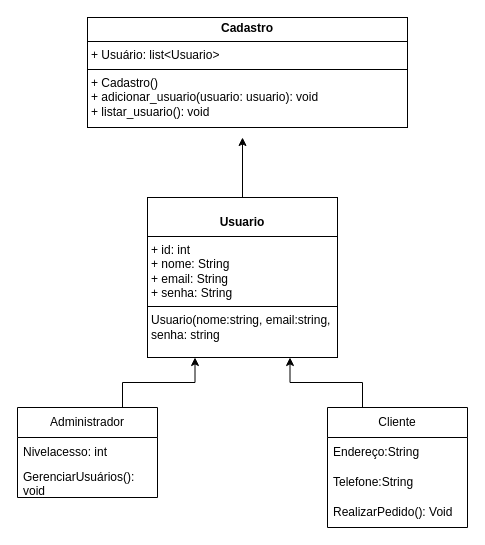
Before: page "Página-7" (7 of 7) of Diagrama sem nome.drawio in Anthony-zzz/diagramasderequisitos, a draw.io diagram. Source tidied: cells renumbered, new cells numbered last; positions are measured from the earlier drawing's top-left corner, leaving out a move shared by most shapes. Both pictures are drawn from the tidied source at 100%, with x=0, y=0 at pixel (17, 17).
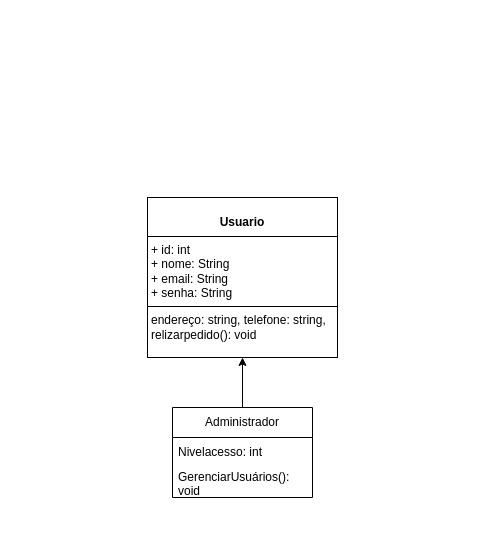
The same page after the edit.

What changed in the source:
```diff
@@
 <mxGraphModel>
   <root>
     <mxCell id="0" />
     <mxCell id="1" parent="0" />
-    <mxCell id="2" style="edgeStyle=orthogonalEdgeStyle;rounded=0;jettySize=auto;html=1;exitX=0.5;exitY=0;exitDx=0;exitDy=0;" parent="1" edge="1" source="3">
-      <mxGeometry relative="1" as="geometry">
-        <mxPoint x="225" y="120" as="targetPoint" />
-      </mxGeometry>
-    </mxCell>
-    <mxCell id="3" value="&lt;p style=&quot;margin:0px;margin-top:4px;text-align:center;&quot;&gt;&lt;br&gt;&lt;b&gt;Usuario&lt;/b&gt;&lt;/p&gt;&lt;hr size=&quot;1&quot; style=&quot;border-style:solid;&quot;&gt;&lt;p style=&quot;margin:0px;margin-left:4px;&quot;&gt;+ id: int&lt;/p&gt;&lt;p style=&quot;margin:0px;margin-left:4px;&quot;&gt;+ nome: String&lt;br&gt;+ email: String&lt;/p&gt;&lt;p style=&quot;margin:0px;margin-left:4px;&quot;&gt;+ senha: String&lt;/p&gt;&lt;hr size=&quot;1&quot; style=&quot;border-style:solid;&quot;&gt;&lt;p style=&quot;margin:0px;margin-left:4px;&quot;&gt;Usuario(nome:string, email:string, senha: string&lt;/p&gt;" style="verticalAlign=top;align=left;overflow=fill;html=1;whiteSpace=wrap;spacingLeft=4;spacingRight=4;fontFamily=Helvetica;fontSize=12;fontColor=default;fillColor=none;gradientColor=none;" parent="1" vertex="1">
+    <mxCell id="3" value="&lt;p style=&quot;margin:0px;margin-top:4px;text-align:center;&quot;&gt;&lt;br&gt;&lt;b&gt;Usuario&lt;/b&gt;&lt;/p&gt;&lt;hr size=&quot;1&quot; style=&quot;border-style:solid;&quot;&gt;&lt;p style=&quot;margin:0px;margin-left:4px;&quot;&gt;+ id: int&lt;/p&gt;&lt;p style=&quot;margin:0px;margin-left:4px;&quot;&gt;+ nome: String&lt;br&gt;+ email: String&lt;/p&gt;&lt;p style=&quot;margin:0px;margin-left:4px;&quot;&gt;+ senha: String&lt;/p&gt;&lt;hr size=&quot;1&quot; style=&quot;border-style:solid;&quot;&gt;&lt;p style=&quot;margin:0px;margin-left:4px;&quot;&gt;endereço: string, telefone: string, relizarpedido(): void&lt;/p&gt;" style="verticalAlign=top;align=left;overflow=fill;html=1;whiteSpace=wrap;spacingLeft=4;spacingRight=4;fontFamily=Helvetica;fontSize=12;fontColor=default;fillColor=none;gradientColor=none;" parent="1" vertex="1">
       <mxGeometry x="130" y="180" width="190" height="160" as="geometry" />
     </mxCell>
-    <mxCell id="4" value="&lt;p style=&quot;margin:0px;margin-top:4px;text-align:center;&quot;&gt;&lt;b&gt;Cadastro&lt;/b&gt;&lt;/p&gt;&lt;hr size=&quot;1&quot; style=&quot;border-style:solid;&quot;&gt;&lt;p style=&quot;margin:0px;margin-left:4px;&quot;&gt;+ Usuário: list&amp;lt;Usuario&amp;gt;&lt;/p&gt;&lt;hr size=&quot;1&quot; style=&quot;border-style:solid;&quot;&gt;&lt;p style=&quot;margin:0px;margin-left:4px;&quot;&gt;+ Cadastro()&lt;/p&gt;&lt;p style=&quot;margin:0px;margin-left:4px;&quot;&gt;+ adicionar_usuario(usuario: usuario): void&lt;/p&gt;&lt;p style=&quot;margin:0px;margin-left:4px;&quot;&gt;+ listar_usuario(): void&lt;/p&gt;" style="verticalAlign=top;align=left;overflow=fill;html=1;whiteSpace=wrap;spacingLeft=4;spacingRight=4;fontFamily=Helvetica;fontSize=12;fontColor=default;fillColor=none;gradientColor=none;" parent="1" vertex="1">
-      <mxGeometry x="70" width="320" height="110" as="geometry" />
-    </mxCell>
-    <mxCell id="5" style="edgeStyle=orthogonalEdgeStyle;rounded=0;jettySize=auto;html=1;exitX=0.75;exitY=0;exitDx=0;exitDy=0;entryX=0.25;entryY=1;entryDx=0;entryDy=0;" parent="1" edge="1" source="6" target="3">
+    <mxCell id="5" style="edgeStyle=orthogonalEdgeStyle;rounded=0;jettySize=auto;html=1;exitX=0.5;exitY=0;exitDx=0;exitDy=0;entryX=0.5;entryY=1;entryDx=0;entryDy=0;" parent="1" edge="1" source="6" target="3">
       <mxGeometry relative="1" as="geometry" />
     </mxCell>
     <mxCell id="6" value="Administrador" style="swimlane;fontStyle=0;horizontal=1;startSize=30;whiteSpace=wrap;html=1;" parent="1" vertex="1">
-      <mxGeometry y="390" width="140" height="90" as="geometry" />
+      <mxGeometry x="155" y="390" width="140" height="90" as="geometry" />
     </mxCell>
     <mxCell id="7" value="Nivelacesso: int" style="text;strokeColor=none;fillColor=none;align=left;verticalAlign=middle;spacingLeft=4;spacingRight=4;overflow=hidden;whiteSpace=wrap;html=1;" parent="6" vertex="1">
       <mxGeometry y="30" width="140" height="30" as="geometry" />
     </mxCell>
     <mxCell id="8" value="GerenciarUsuários(): void" style="text;strokeColor=none;fillColor=none;align=left;verticalAlign=middle;spacingLeft=4;spacingRight=4;overflow=hidden;whiteSpace=wrap;html=1;" parent="6" vertex="1">
       <mxGeometry y="60" width="140" height="30" as="geometry" />
     </mxCell>
-    <mxCell id="9" style="edgeStyle=orthogonalEdgeStyle;rounded=0;jettySize=auto;html=1;exitX=0.25;exitY=0;exitDx=0;exitDy=0;entryX=0.75;entryY=1;entryDx=0;entryDy=0;" parent="1" edge="1" source="10" target="3">
-      <mxGeometry relative="1" as="geometry" />
-    </mxCell>
-    <mxCell id="10" value="Cliente" style="swimlane;fontStyle=0;horizontal=1;startSize=30;whiteSpace=wrap;html=1;" parent="1" vertex="1">
-      <mxGeometry x="310" y="390" width="140" height="120" as="geometry" />
-    </mxCell>
-    <mxCell id="11" value="Endereço:String" style="text;strokeColor=none;fillColor=none;align=left;verticalAlign=middle;spacingLeft=4;spacingRight=4;overflow=hidden;whiteSpace=wrap;html=1;" parent="10" vertex="1">
-      <mxGeometry y="30" width="140" height="30" as="geometry" />
-    </mxCell>
-    <mxCell id="12" value="Telefone:String" style="text;strokeColor=none;fillColor=none;align=left;verticalAlign=middle;spacingLeft=4;spacingRight=4;overflow=hidden;whiteSpace=wrap;html=1;" parent="10" vertex="1">
-      <mxGeometry y="60" width="140" height="30" as="geometry" />
-    </mxCell>
-    <mxCell id="13" value="RealizarPedido(): Void" style="text;strokeColor=none;fillColor=none;align=left;verticalAlign=middle;spacingLeft=4;spacingRight=4;overflow=hidden;whiteSpace=wrap;html=1;" parent="10" vertex="1">
-      <mxGeometry y="90" width="140" height="30" as="geometry" />
-    </mxCell>
   </root>
 </mxGraphModel>
```
